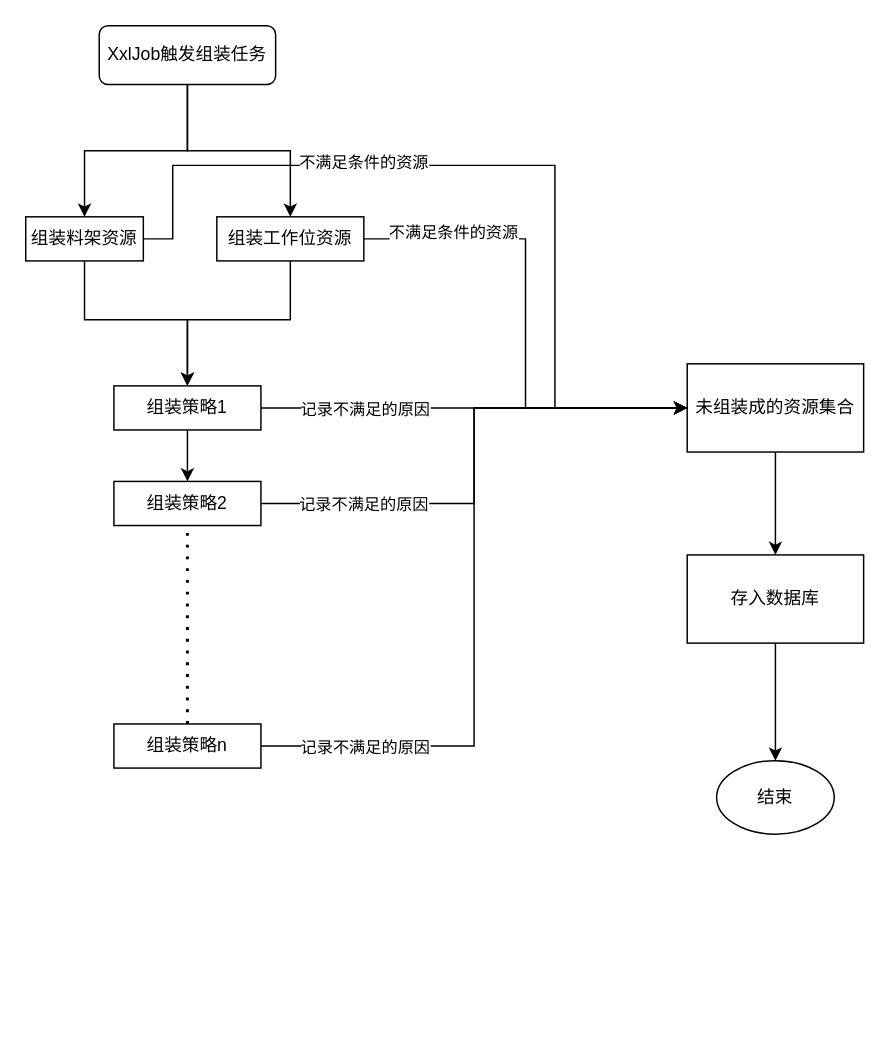
This is page "Page-1" (1 of 2) of 调度未组装资源原因记录.drawio from yuhang9580/drawio, a draw.io file, before an edit. Source tidied: cells renumbered, new cells numbered last; positions are measured from the earlier drawing's top-left corner, leaving out a move shared by most shapes. Both pictures are drawn from the tidied source at 147%, with x=0, y=0 at pixel (25, 25).
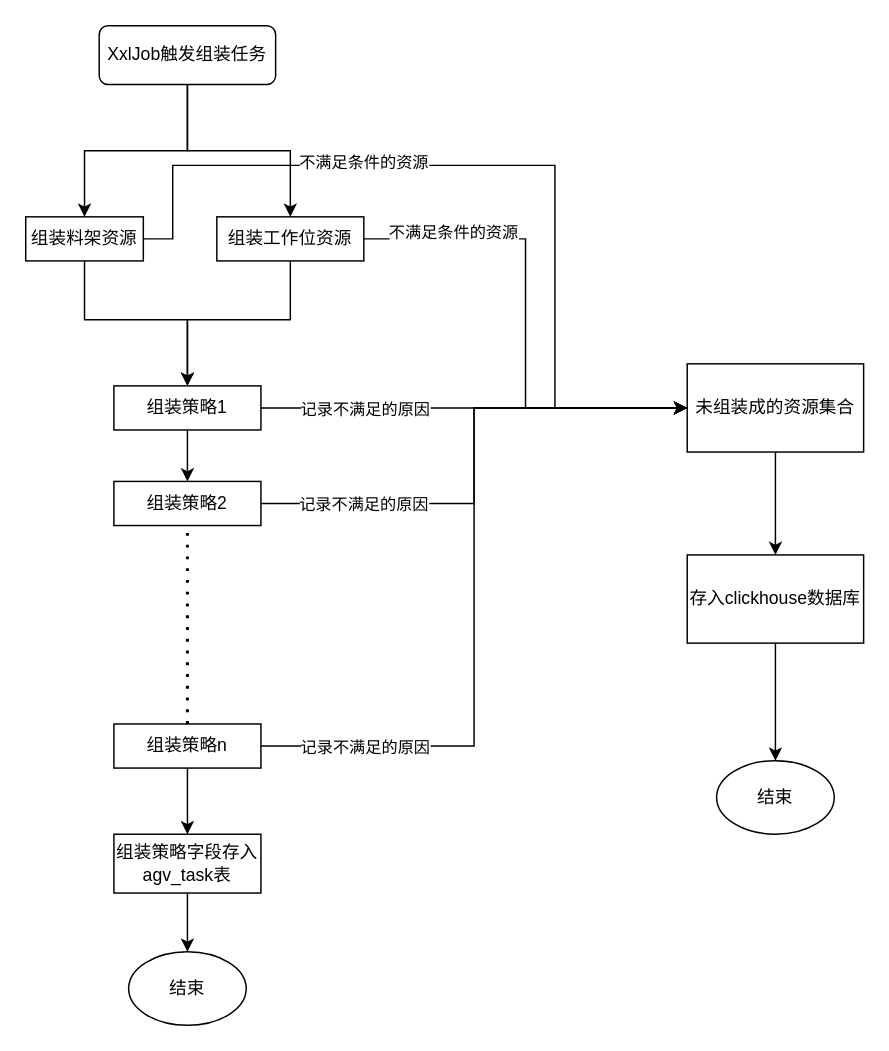
The same page after the edit.

Commit message:
更新调度未组装资源原因记录.drawio

The change refers to these unchanged cells:
```xml
<mxCell id="24" value="组装策略n" style="rounded=0;whiteSpace=wrap;html=1;" parent="1" vertex="1">
  <mxGeometry x="60" y="475" width="100" height="30" as="geometry" />
</mxCell>
```

What changed in the source:
```diff
@@
+    <mxCell id="29" style="edgeStyle=orthogonalEdgeStyle;rounded=0;jettySize=auto;html=1;entryX=0.5;entryY=0;entryDx=0;entryDy=0;" parent="1" edge="1" source="24" target="32">
+      <mxGeometry relative="1" as="geometry" />
+    </mxCell>
@@
-    <mxCell id="28" value="存入数据库" style="rounded=0;whiteSpace=wrap;html=1;" parent="1" vertex="1">
+    <mxCell id="28" value="存入clickhouse数据库" style="rounded=0;whiteSpace=wrap;html=1;" parent="1" vertex="1">
       <mxGeometry x="450" y="360" width="120" height="60" as="geometry" />
     </mxCell>
+    <mxCell id="30" value="结束" style="ellipse;whiteSpace=wrap;html=1;" parent="1" vertex="1">
+      <mxGeometry x="70" y="630" width="80" height="50" as="geometry" />
+    </mxCell>
+    <mxCell id="31" style="edgeStyle=orthogonalEdgeStyle;rounded=0;jettySize=auto;html=1;" parent="1" edge="1" source="32" target="30">
+      <mxGeometry relative="1" as="geometry" />
+    </mxCell>
+    <mxCell id="32" value="组装策略字段存入agv_task表" style="rounded=0;whiteSpace=wrap;html=1;" parent="1" vertex="1">
+      <mxGeometry x="60" y="550" width="100" height="40" as="geometry" />
+    </mxCell>
```
